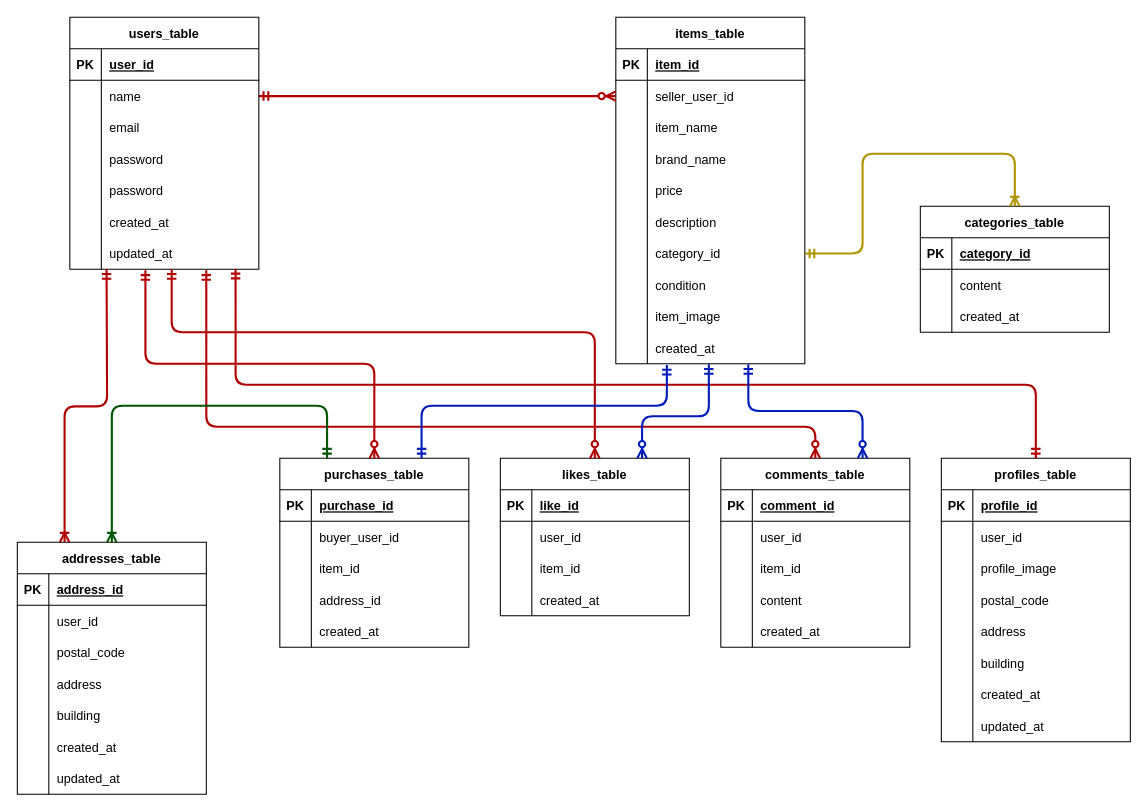
Earlier version of the draw.io diagram er.drawio (risamatsumoto1104/pro-test). Source tidied: cells renumbered, new cells numbered last; positions are measured from the earlier drawing's top-left corner, leaving out a move shared by most shapes. Both pictures are drawn from the tidied source at 105%, with x=0, y=0 at pixel (17, 17).
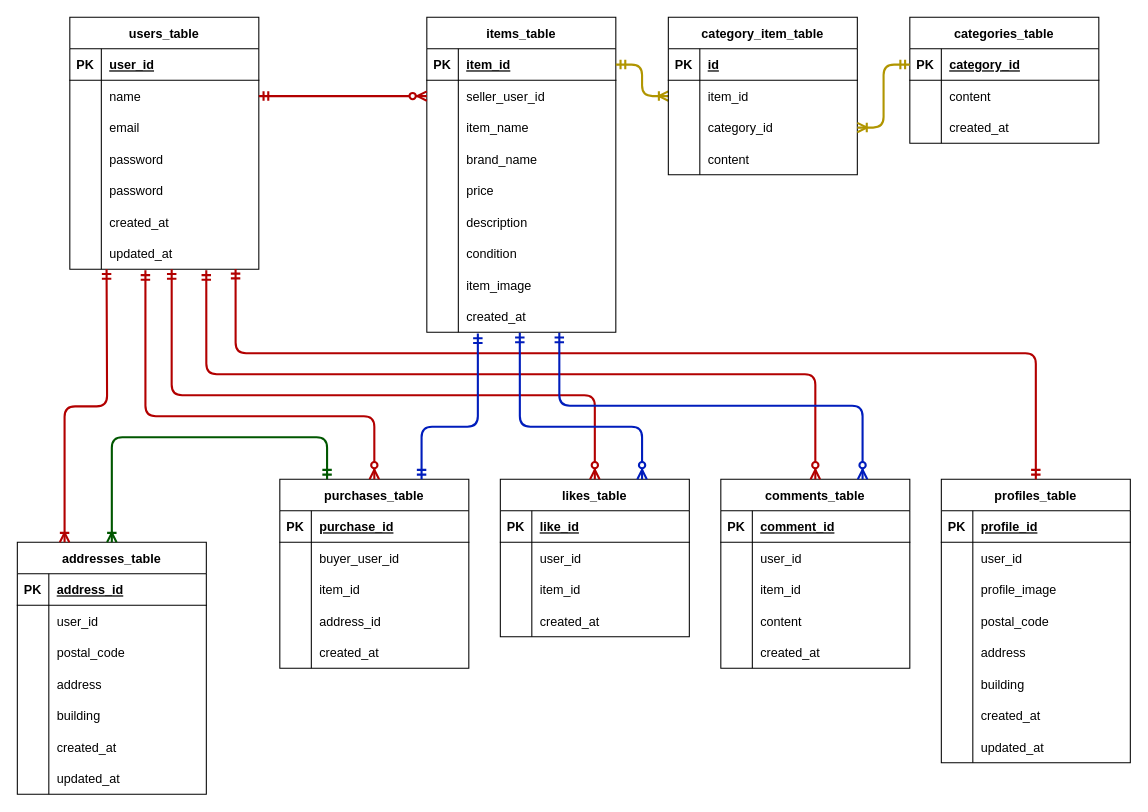
Above is the later version.

Unchanged cells that the change refers to:
```xml
<mxCell id="21" style="shape=tableRow;horizontal=0;startSize=0;swimlaneHead=0;swimlaneBody=0;fillColor=none;points=[[0,0.5],[1,0.5]];portConstraint=eastwest;top=0;left=0;right=0;bottom=0;" parent="2" vertex="1">
  <mxGeometry y="210" width="180" height="30" as="geometry" />
</mxCell>
<mxCell id="79" style="shape=tableRow;horizontal=0;startSize=0;swimlaneHead=0;swimlaneBody=0;fillColor=none;points=[[0,0.5],[1,0.5]];portConstraint=eastwest;top=0;left=0;right=0;bottom=1;" parent="78" vertex="1">
  <mxGeometry y="30" width="180" height="30" as="geometry" />
</mxCell>
<mxCell id="125" value="addresses_table" style="shape=table;startSize=30;childLayout=tableLayout;rowLines=0;fontStyle=1;align=center;" parent="1" vertex="1">
  <mxGeometry y="500" width="180" height="240" as="geometry" />
</mxCell>
<mxCell id="158" style="shape=tableRow;horizontal=0;startSize=0;swimlaneHead=0;swimlaneBody=0;fillColor=none;points=[[0,0.5],[1,0.5]];portConstraint=eastwest;top=0;left=0;right=0;bottom=1;" parent="157" vertex="1">
  <mxGeometry y="30" width="180" height="30" as="geometry" />
</mxCell>
```

The edit, as a diff of the source:
```diff
@@
     <mxCell id="24" value="likes_table" style="shape=table;startSize=30;childLayout=tableLayout;rowLines=0;fontStyle=1;align=center;" parent="1" vertex="1">
-      <mxGeometry x="460" y="420" width="180" height="150" as="geometry" />
+      <mxGeometry x="460" y="440" width="180" height="150" as="geometry" />
     </mxCell>
@@
     <mxCell id="37" value="profiles_table" style="shape=table;startSize=30;childLayout=tableLayout;rowLines=0;fontStyle=1;align=center;" parent="1" vertex="1">
-      <mxGeometry x="880" y="420" width="180" height="270" as="geometry" />
+      <mxGeometry x="880" y="440" width="180" height="270" as="geometry" />
     </mxCell>
@@
     <mxCell id="62" value="comments_table" style="shape=table;startSize=30;childLayout=tableLayout;rowLines=0;fontStyle=1;align=center;" parent="1" vertex="1">
-      <mxGeometry x="670" y="420" width="180" height="180" as="geometry" />
+      <mxGeometry x="670" y="440" width="180" height="180" as="geometry" />
     </mxCell>
@@
     <mxCell id="78" value="items_table" style="shape=table;startSize=30;childLayout=tableLayout;rowLines=0;fontStyle=1;align=center;" parent="1" vertex="1">
-      <mxGeometry x="570" width="180" height="330" as="geometry" />
+      <mxGeometry x="390" width="180" height="300" as="geometry" />
     </mxCell>
@@
-    <mxCell id="97" style="shape=tableRow;horizontal=0;startSize=0;swimlaneHead=0;swimlaneBody=0;fillColor=none;points=[[0,0.5],[1,0.5]];portConstraint=eastwest;top=0;left=0;right=0;bottom=0;" parent="78" vertex="1">
-      <mxGeometry y="210" width="180" height="30" as="geometry" />
-    </mxCell>
-    <mxCell id="98" style="shape=partialRectangle;fillColor=none;top=0;left=0;bottom=0;right=0;overflow=hidden;" parent="97" vertex="1">
-      <mxGeometry width="30" height="30" as="geometry" />
-    </mxCell>
-    <mxCell id="99" value="category_id" style="shape=partialRectangle;fillColor=none;top=0;left=0;bottom=0;right=0;align=left;spacingLeft=6;overflow=hidden;" parent="97" vertex="1">
-      <mxGeometry x="30" width="150" height="30" as="geometry" />
-    </mxCell>
     <mxCell id="100" style="shape=tableRow;horizontal=0;startSize=0;swimlaneHead=0;swimlaneBody=0;fillColor=none;top=0;left=0;right=0;bottom=0;" parent="78" vertex="1">
-      <mxGeometry y="240" width="180" height="30" as="geometry" />
+      <mxGeometry y="210" width="180" height="30" as="geometry" />
     </mxCell>
@@
     <mxCell id="103" style="shape=tableRow;horizontal=0;startSize=0;swimlaneHead=0;swimlaneBody=0;fillColor=none;top=0;left=0;right=0;bottom=0;" parent="78" vertex="1">
-      <mxGeometry y="270" width="180" height="30" as="geometry" />
+      <mxGeometry y="240" width="180" height="30" as="geometry" />
     </mxCell>
@@
     <mxCell id="106" style="shape=tableRow;horizontal=0;startSize=0;swimlaneHead=0;swimlaneBody=0;fillColor=none;points=[[0,0.5],[1,0.5]];portConstraint=eastwest;top=0;left=0;right=0;bottom=0;" parent="78" vertex="1">
-      <mxGeometry y="300" width="180" height="30" as="geometry" />
+      <mxGeometry y="270" width="180" height="30" as="geometry" />
     </mxCell>
@@
     <mxCell id="109" value="purchases_table" style="shape=table;startSize=30;childLayout=tableLayout;rowLines=0;fontStyle=1;align=center;" parent="1" vertex="1">
-      <mxGeometry x="250" y="420" width="180" height="180" as="geometry" />
+      <mxGeometry x="250" y="440" width="180" height="180" as="geometry" />
     </mxCell>
@@
     <mxCell id="148" style="fontSize=12;html=1;endArrow=ERzeroToMany;startArrow=ERmandOne;entryX=0.5;entryY=0;entryDx=0;entryDy=0;strokeWidth=2;edgeStyle=orthogonalEdgeStyle;fillColor=#e51400;strokeColor=#B20000;exitX=0.4;exitY=1.033;exitDx=0;exitDy=0;exitPerimeter=0;" parent="1" edge="1" source="21" target="109">
-      <mxGeometry relative="1" as="geometry" />
+      <mxGeometry relative="1" as="geometry">
+        <Array as="points">
+          <mxPoint x="122" y="380" />
+          <mxPoint x="340" y="380" />
+        </Array>
+      </mxGeometry>
     </mxCell>
     <mxCell id="149" style="fontSize=12;html=1;endArrow=ERzeroToMany;startArrow=ERmandOne;entryX=0.5;entryY=0;entryDx=0;entryDy=0;strokeWidth=2;edgeStyle=orthogonalEdgeStyle;exitX=0.722;exitY=1.033;exitDx=0;exitDy=0;exitPerimeter=0;fillColor=#e51400;strokeColor=#B20000;" parent="1" edge="1" source="21" target="62">
       <mxGeometry relative="1" as="geometry">
         <Array as="points">
-          <mxPoint x="180" y="390" />
-          <mxPoint x="760" y="390" />
+          <mxPoint x="180" y="340" />
+          <mxPoint x="760" y="340" />
         </Array>
       </mxGeometry>
     </mxCell>
     <mxCell id="150" style="fontSize=12;html=1;endArrow=ERzeroToMany;startArrow=ERmandOne;strokeWidth=2;edgeStyle=orthogonalEdgeStyle;entryX=0.5;entryY=0;entryDx=0;entryDy=0;fillColor=#e51400;strokeColor=#B20000;exitX=0.539;exitY=1;exitDx=0;exitDy=0;exitPerimeter=0;" parent="1" edge="1" source="21" target="24">
       <mxGeometry relative="1" as="geometry">
         <Array as="points">
-          <mxPoint x="147" y="300" />
-          <mxPoint x="550" y="300" />
+          <mxPoint x="147" y="360" />
+          <mxPoint x="550" y="360" />
         </Array>
       </mxGeometry>
     </mxCell>
     <mxCell id="151" style="edgeStyle=orthogonalEdgeStyle;fontSize=12;html=1;endArrow=ERmandOne;startArrow=ERmandOne;strokeWidth=2;entryX=0.5;entryY=0;entryDx=0;entryDy=0;fillColor=#e51400;strokeColor=#B20000;exitX=0.877;exitY=0.987;exitDx=0;exitDy=0;exitPerimeter=0;" parent="1" edge="1" source="21" target="37">
       <mxGeometry relative="1" as="geometry">
         <Array as="points">
-          <mxPoint x="208" y="350" />
-          <mxPoint x="970" y="350" />
+          <mxPoint x="208" y="320" />
+          <mxPoint x="970" y="320" />
         </Array>
       </mxGeometry>
     </mxCell>
@@
     <mxCell id="153" style="fontSize=12;html=1;endArrow=ERoneToMany;startArrow=ERmandOne;strokeWidth=2;exitX=0.25;exitY=0;exitDx=0;exitDy=0;entryX=0.5;entryY=0;entryDx=0;entryDy=0;fillColor=#008a00;strokeColor=#005700;edgeStyle=orthogonalEdgeStyle;" parent="1" edge="1" source="109" target="125">
       <mxGeometry relative="1" as="geometry">
         <Array as="points">
-          <mxPoint x="295" y="370" />
-          <mxPoint x="90" y="370" />
+          <mxPoint x="295" y="400" />
+          <mxPoint x="90" y="400" />
         </Array>
       </mxGeometry>
     </mxCell>
     <mxCell id="154" style="fontSize=12;html=1;endArrow=ERmandOne;startArrow=ERmandOne;strokeWidth=2;entryX=0.27;entryY=1.04;entryDx=0;entryDy=0;entryPerimeter=0;exitX=0.75;exitY=0;exitDx=0;exitDy=0;edgeStyle=orthogonalEdgeStyle;strokeColor=#001DBC;fillColor=#0050ef;" parent="1" edge="1" source="109" target="106">
       <mxGeometry relative="1" as="geometry">
         <Array as="points">
-          <mxPoint x="385" y="370" />
-          <mxPoint x="619" y="370" />
+          <mxPoint x="385" y="390" />
+          <mxPoint x="439" y="390" />
         </Array>
       </mxGeometry>
     </mxCell>
     <mxCell id="155" style="edgeStyle=orthogonalEdgeStyle;fontSize=12;html=1;endArrow=ERzeroToMany;startArrow=ERmandOne;strokeWidth=2;entryX=0.75;entryY=0;entryDx=0;entryDy=0;fillColor=#0050ef;strokeColor=#001DBC;exitX=0.492;exitY=1.013;exitDx=0;exitDy=0;exitPerimeter=0;" parent="1" edge="1" source="106" target="24">
       <mxGeometry relative="1" as="geometry">
         <Array as="points">
-          <mxPoint x="659" y="380" />
-          <mxPoint x="595" y="380" />
+          <mxPoint x="479" y="390" />
+          <mxPoint x="595" y="390" />
         </Array>
       </mxGeometry>
     </mxCell>
     <mxCell id="156" style="edgeStyle=orthogonalEdgeStyle;fontSize=12;html=1;endArrow=ERzeroToMany;startArrow=ERmandOne;strokeWidth=2;entryX=0.75;entryY=0;entryDx=0;entryDy=0;fillColor=#0050ef;strokeColor=#001DBC;exitX=0.701;exitY=1.013;exitDx=0;exitDy=0;exitPerimeter=0;" parent="1" edge="1" source="106" target="62">
-      <mxGeometry relative="1" as="geometry" />
+      <mxGeometry relative="1" as="geometry">
+        <Array as="points">
+          <mxPoint x="516" y="370" />
+          <mxPoint x="805" y="370" />
+        </Array>
+      </mxGeometry>
     </mxCell>
     <mxCell id="157" value="categories_table" style="shape=table;startSize=30;childLayout=tableLayout;rowLines=0;fontStyle=1;align=center;" parent="1" vertex="1">
-      <mxGeometry x="860" y="180" width="180" height="120" as="geometry" />
+      <mxGeometry x="850" width="180" height="120" as="geometry" />
     </mxCell>
@@
-    <mxCell id="167" style="edgeStyle=orthogonalEdgeStyle;fontSize=12;html=1;endArrow=ERoneToMany;startArrow=ERmandOne;strokeWidth=2;entryX=0.5;entryY=0;entryDx=0;entryDy=0;fillColor=#e3c800;strokeColor=#B09500;exitX=1;exitY=0.5;exitDx=0;exitDy=0;" parent="1" edge="1" source="97" target="157">
-      <mxGeometry relative="1" as="geometry">
-        <Array as="points">
-          <mxPoint x="805" y="225" />
-          <mxPoint x="805" y="130" />
-          <mxPoint x="950" y="130" />
-        </Array>
-      </mxGeometry>
+    <mxCell id="167" style="edgeStyle=orthogonalEdgeStyle;fontSize=12;html=1;endArrow=ERoneToMany;startArrow=ERmandOne;strokeWidth=2;entryX=0;entryY=0.5;entryDx=0;entryDy=0;fillColor=#e3c800;strokeColor=#B09500;exitX=1;exitY=0.5;exitDx=0;exitDy=0;" parent="1" edge="1" source="79" target="172">
+      <mxGeometry relative="1" as="geometry" />
     </mxCell>
+    <mxCell id="168" value="category_item_table" style="shape=table;startSize=30;childLayout=tableLayout;rowLines=0;fontStyle=1;align=center;" parent="1" vertex="1">
+      <mxGeometry x="620" width="180" height="150" as="geometry" />
+    </mxCell>
+    <mxCell id="169" style="shape=tableRow;horizontal=0;startSize=0;swimlaneHead=0;swimlaneBody=0;fillColor=none;top=0;left=0;right=0;bottom=1;" parent="168" vertex="1">
+      <mxGeometry y="30" width="180" height="30" as="geometry" />
+    </mxCell>
+    <mxCell id="170" value="PK" style="shape=partialRectangle;fillColor=none;top=0;left=0;bottom=0;right=0;fontStyle=1;overflow=hidden;" parent="169" vertex="1">
+      <mxGeometry width="30" height="30" as="geometry" />
+    </mxCell>
+    <mxCell id="171" value="id" style="shape=partialRectangle;fillColor=none;top=0;left=0;bottom=0;right=0;align=left;spacingLeft=6;fontStyle=5;overflow=hidden;" parent="169" vertex="1">
+      <mxGeometry x="30" width="150" height="30" as="geometry" />
+    </mxCell>
+    <mxCell id="172" style="shape=tableRow;horizontal=0;startSize=0;swimlaneHead=0;swimlaneBody=0;fillColor=none;points=[[0,0.5],[1,0.5]];portConstraint=eastwest;top=0;left=0;right=0;bottom=0;" parent="168" vertex="1">
+      <mxGeometry y="60" width="180" height="30" as="geometry" />
+    </mxCell>
+    <mxCell id="173" style="shape=partialRectangle;fillColor=none;top=0;left=0;bottom=0;right=0;overflow=hidden;" parent="172" vertex="1">
+      <mxGeometry width="30" height="30" as="geometry" />
+    </mxCell>
+    <mxCell id="174" value="item_id" style="shape=partialRectangle;fillColor=none;top=0;left=0;bottom=0;right=0;align=left;spacingLeft=6;overflow=hidden;" parent="172" vertex="1">
+      <mxGeometry x="30" width="150" height="30" as="geometry" />
+    </mxCell>
+    <mxCell id="175" style="shape=tableRow;horizontal=0;startSize=0;swimlaneHead=0;swimlaneBody=0;fillColor=none;points=[[0,0.5],[1,0.5]];portConstraint=eastwest;top=0;left=0;right=0;bottom=0;" parent="168" vertex="1">
+      <mxGeometry y="90" width="180" height="30" as="geometry" />
+    </mxCell>
+    <mxCell id="176" style="shape=partialRectangle;fillColor=none;top=0;left=0;bottom=0;right=0;overflow=hidden;" parent="175" vertex="1">
+      <mxGeometry width="30" height="30" as="geometry" />
+    </mxCell>
+    <mxCell id="99" value="category_id" style="shape=partialRectangle;fillColor=none;top=0;left=0;bottom=0;right=0;align=left;spacingLeft=6;overflow=hidden;" parent="175" vertex="1">
+      <mxGeometry x="30" width="150" height="30" as="geometry" />
+    </mxCell>
+    <mxCell id="177" style="shape=tableRow;horizontal=0;startSize=0;swimlaneHead=0;swimlaneBody=0;fillColor=none;top=0;left=0;right=0;bottom=0;" parent="168" vertex="1">
+      <mxGeometry y="120" width="180" height="30" as="geometry" />
+    </mxCell>
+    <mxCell id="178" style="shape=partialRectangle;fillColor=none;top=0;left=0;bottom=0;right=0;overflow=hidden;" parent="177" vertex="1">
+      <mxGeometry width="30" height="30" as="geometry" />
+    </mxCell>
+    <mxCell id="179" value="content" style="shape=partialRectangle;fillColor=none;top=0;left=0;bottom=0;right=0;align=left;spacingLeft=6;overflow=hidden;" parent="177" vertex="1">
+      <mxGeometry x="30" width="150" height="30" as="geometry" />
+    </mxCell>
+    <mxCell id="180" style="edgeStyle=orthogonalEdgeStyle;fontSize=12;html=1;endArrow=ERoneToMany;startArrow=ERmandOne;strokeWidth=2;entryX=1;entryY=0.5;entryDx=0;entryDy=0;fillColor=#e3c800;strokeColor=#B09500;exitX=0;exitY=0.5;exitDx=0;exitDy=0;" parent="1" edge="1" source="158" target="175">
+      <mxGeometry relative="1" as="geometry" />
+    </mxCell>
```
